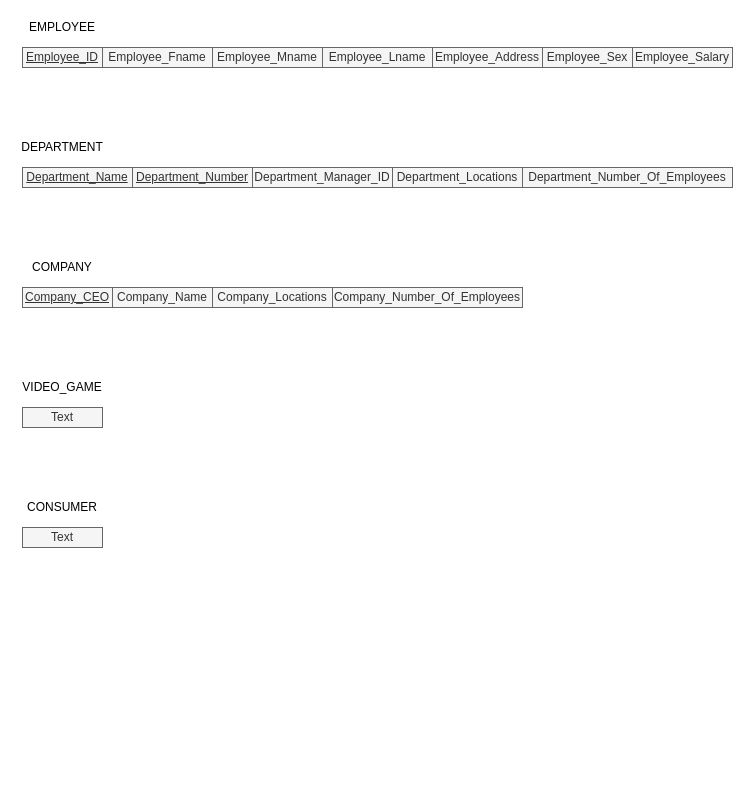
Above: page "DB_Schema" (2 of 2) of Computer_Science_CS/4700_Database_Management/Database Management Project Enitity Relationship Diagram.drawio in CameronWFox/College_Courses (draw.io), before the change. Source tidied: cells renumbered, new cells numbered last; positions are measured from the earlier drawing's top-left corner, leaving out a move shared by most shapes. Both pictures are drawn from the tidied source at 100%, with x=0, y=0 at pixel (17, 17).
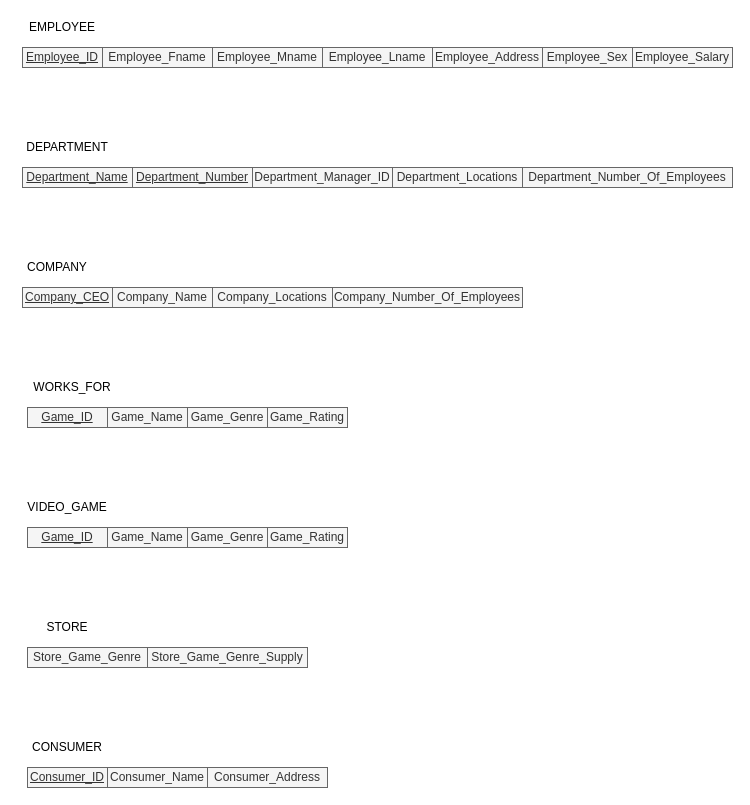
The same diagram, later.

What changed in the source:
```diff
@@
     <mxCell id="2" value="DEPARTMENT" style="text;html=1;strokeColor=none;fillColor=none;align=center;verticalAlign=middle;whiteSpace=wrap;rounded=0;" parent="1" vertex="1">
-      <mxGeometry y="120" width="90" height="20" as="geometry" />
+      <mxGeometry x="5" y="120" width="90" height="20" as="geometry" />
     </mxCell>
@@
     <mxCell id="4" value="COMPANY" style="text;html=1;strokeColor=none;fillColor=none;align=center;verticalAlign=middle;whiteSpace=wrap;rounded=0;" parent="1" vertex="1">
-      <mxGeometry x="10" y="240" width="70" height="20" as="geometry" />
+      <mxGeometry x="5" y="240" width="70" height="20" as="geometry" />
     </mxCell>
     <mxCell id="5" value="VIDEO_GAME" style="text;html=1;strokeColor=none;fillColor=none;align=center;verticalAlign=middle;whiteSpace=wrap;rounded=0;" parent="1" vertex="1">
-      <mxGeometry y="360" width="90" height="20" as="geometry" />
+      <mxGeometry x="5" y="480" width="90" height="20" as="geometry" />
     </mxCell>
     <mxCell id="6" value="CONSUMER" style="text;html=1;strokeColor=none;fillColor=none;align=center;verticalAlign=middle;whiteSpace=wrap;rounded=0;" parent="1" vertex="1">
-      <mxGeometry x="5" y="480" width="80" height="20" as="geometry" />
+      <mxGeometry x="10" y="720" width="80" height="20" as="geometry" />
     </mxCell>
@@
-    <mxCell id="10" value="Text" style="text;html=1;align=center;verticalAlign=middle;whiteSpace=wrap;rounded=0;fillColor=#f5f5f5;strokeColor=#666666;fontColor=#333333;" parent="1" vertex="1">
-      <mxGeometry x="5" y="390" width="80" height="20" as="geometry" />
+    <mxCell id="10" value="Game_ID" style="text;html=1;align=center;verticalAlign=middle;whiteSpace=wrap;rounded=0;fillColor=#f5f5f5;strokeColor=#666666;fontColor=#333333;fontStyle=4;" parent="1" vertex="1">
+      <mxGeometry x="10" y="510" width="80" height="20" as="geometry" />
     </mxCell>
-    <mxCell id="11" value="Text" style="text;html=1;align=center;verticalAlign=middle;whiteSpace=wrap;rounded=0;fillColor=#f5f5f5;strokeColor=#666666;fontColor=#333333;" parent="1" vertex="1">
-      <mxGeometry x="5" y="510" width="80" height="20" as="geometry" />
+    <mxCell id="11" value="Consumer_ID" style="text;html=1;align=center;verticalAlign=middle;whiteSpace=wrap;rounded=0;fillColor=#f5f5f5;strokeColor=#666666;fontColor=#333333;fontStyle=4;" parent="1" vertex="1">
+      <mxGeometry x="10" y="750" width="80" height="20" as="geometry" />
     </mxCell>
@@
+    <mxCell id="25" value="Game_Name" style="text;html=1;align=center;verticalAlign=middle;whiteSpace=wrap;rounded=0;fillColor=#f5f5f5;strokeColor=#666666;fontColor=#333333;" parent="1" vertex="1">
+      <mxGeometry x="90" y="510" width="80" height="20" as="geometry" />
+    </mxCell>
+    <mxCell id="26" value="Game_Genre" style="text;html=1;align=center;verticalAlign=middle;whiteSpace=wrap;rounded=0;fillColor=#f5f5f5;strokeColor=#666666;fontColor=#333333;" parent="1" vertex="1">
+      <mxGeometry x="170" y="510" width="80" height="20" as="geometry" />
+    </mxCell>
+    <mxCell id="27" value="Game_Rating" style="text;html=1;align=center;verticalAlign=middle;whiteSpace=wrap;rounded=0;fillColor=#f5f5f5;strokeColor=#666666;fontColor=#333333;" parent="1" vertex="1">
+      <mxGeometry x="250" y="510" width="80" height="20" as="geometry" />
+    </mxCell>
+    <mxCell id="28" value="STORE" style="text;html=1;strokeColor=none;fillColor=none;align=center;verticalAlign=middle;whiteSpace=wrap;rounded=0;" parent="1" vertex="1">
+      <mxGeometry x="10" y="600" width="80" height="20" as="geometry" />
+    </mxCell>
+    <mxCell id="29" value="Store_Game_Genre" style="text;html=1;align=center;verticalAlign=middle;whiteSpace=wrap;rounded=0;fillColor=#f5f5f5;strokeColor=#666666;fontColor=#333333;" parent="1" vertex="1">
+      <mxGeometry x="10" y="630" width="120" height="20" as="geometry" />
+    </mxCell>
+    <mxCell id="30" value="Store_Game_Genre_Supply" style="text;html=1;align=center;verticalAlign=middle;whiteSpace=wrap;rounded=0;fillColor=#f5f5f5;strokeColor=#666666;fontColor=#333333;" parent="1" vertex="1">
+      <mxGeometry x="130" y="630" width="160" height="20" as="geometry" />
+    </mxCell>
+    <mxCell id="31" value="Consumer_Address" style="text;html=1;align=center;verticalAlign=middle;whiteSpace=wrap;rounded=0;fillColor=#f5f5f5;strokeColor=#666666;fontColor=#333333;fontStyle=0;" parent="1" vertex="1">
+      <mxGeometry x="190" y="750" width="120" height="20" as="geometry" />
+    </mxCell>
+    <mxCell id="32" value="Consumer_Name" style="text;html=1;align=center;verticalAlign=middle;whiteSpace=wrap;rounded=0;fillColor=#f5f5f5;strokeColor=#666666;fontColor=#333333;fontStyle=0;" parent="1" vertex="1">
+      <mxGeometry x="90" y="750" width="100" height="20" as="geometry" />
+    </mxCell>
+    <mxCell id="33" value="WORKS_FOR" style="text;html=1;strokeColor=none;fillColor=none;align=center;verticalAlign=middle;whiteSpace=wrap;rounded=0;" parent="1" vertex="1">
+      <mxGeometry x="10" y="360" width="90" height="20" as="geometry" />
+    </mxCell>
+    <mxCell id="34" value="Game_ID" style="text;html=1;align=center;verticalAlign=middle;whiteSpace=wrap;rounded=0;fillColor=#f5f5f5;strokeColor=#666666;fontColor=#333333;fontStyle=4;" parent="1" vertex="1">
+      <mxGeometry x="10" y="390" width="80" height="20" as="geometry" />
+    </mxCell>
+    <mxCell id="35" value="Game_Name" style="text;html=1;align=center;verticalAlign=middle;whiteSpace=wrap;rounded=0;fillColor=#f5f5f5;strokeColor=#666666;fontColor=#333333;" parent="1" vertex="1">
+      <mxGeometry x="90" y="390" width="80" height="20" as="geometry" />
+    </mxCell>
+    <mxCell id="36" value="Game_Genre" style="text;html=1;align=center;verticalAlign=middle;whiteSpace=wrap;rounded=0;fillColor=#f5f5f5;strokeColor=#666666;fontColor=#333333;" parent="1" vertex="1">
+      <mxGeometry x="170" y="390" width="80" height="20" as="geometry" />
+    </mxCell>
+    <mxCell id="37" value="Game_Rating" style="text;html=1;align=center;verticalAlign=middle;whiteSpace=wrap;rounded=0;fillColor=#f5f5f5;strokeColor=#666666;fontColor=#333333;" parent="1" vertex="1">
+      <mxGeometry x="250" y="390" width="80" height="20" as="geometry" />
+    </mxCell>
```
